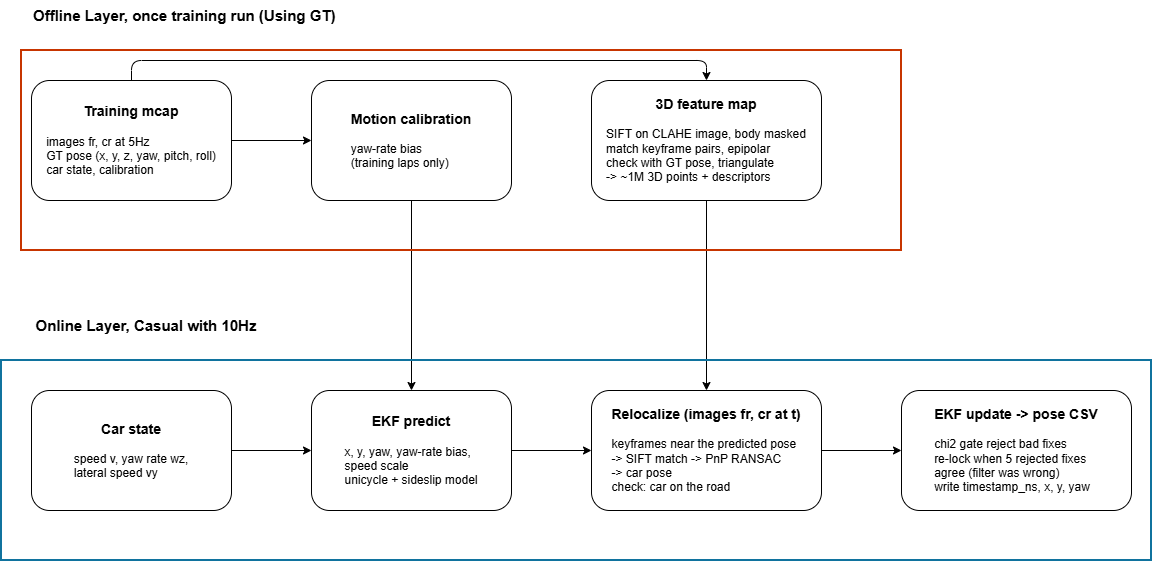
Earlier version of the draw.io export docs/figures/Pipeline.drawio.png (khnguyen0308/racing-loc). Source tidied: cells renumbered, new cells last; positions are measured from the earlier drawing's top-left corner, leaving out a move shared by most shapes.
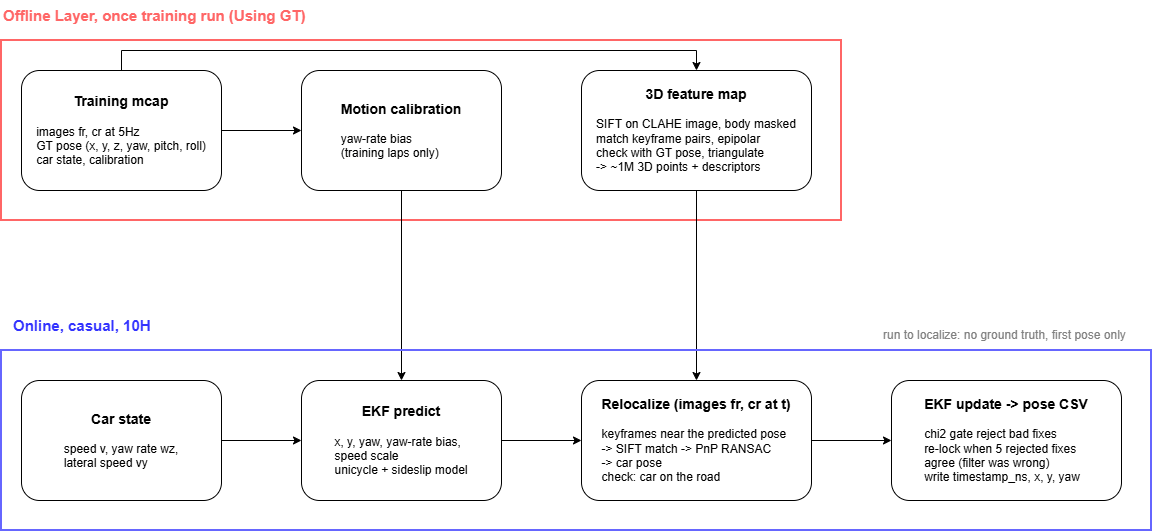
After the change.

The edit, as a diff of the source:
```diff
@@ -1,47 +1,47 @@
-<mxGraphModel>
+<mxGraphModel background="light-dark(#ffffff, #121212)">
   <root>
     <mxCell id="0" />
     <mxCell id="1" parent="0" />
+    <mxCell id="20" style="rounded=0;whiteSpace=wrap;html=1;fillColor=none;strokeWidth=2;strokeColor=#FF6666;" parent="1" vertex="1">
+      <mxGeometry x="10" y="50" width="840" height="180" as="geometry" />
+    </mxCell>
-    <mxCell id="2" style="edgeStyle=orthogonalEdgeStyle;rounded=1;jettySize=auto;html=1;labelBackgroundColor=none;fontColor=default;" parent="1" edge="1" source="4" target="6">
+    <mxCell id="2" style="edgeStyle=orthogonalEdgeStyle;rounded=0;jettySize=auto;html=1;" parent="1" edge="1" source="4" target="6">
       <mxGeometry relative="1" as="geometry" />
     </mxCell>
-    <mxCell id="3" style="edgeStyle=orthogonalEdgeStyle;rounded=1;jettySize=auto;html=1;exitX=0.5;exitY=0;exitDx=0;exitDy=0;entryX=0.5;entryY=0;entryDx=0;entryDy=0;labelBackgroundColor=none;fontColor=default;" parent="1" edge="1" source="4" target="8">
-      <mxGeometry relative="1" as="geometry" />
-    </mxCell>
     <mxCell id="4" value="&lt;b&gt;&lt;font style=&quot;font-size: 14px;&quot;&gt;Training mcap&lt;/font&gt;&lt;/b&gt;&lt;div&gt;&lt;br&gt;&lt;/div&gt;&lt;div style=&quot;text-align: left;&quot;&gt;images fr, cr at 5Hz&lt;/div&gt;&lt;div style=&quot;text-align: left;&quot;&gt;GT pose (x, y, z, yaw, pitch, roll)&lt;/div&gt;&lt;div style=&quot;text-align: left;&quot;&gt;car state, calibration&lt;/div&gt;" style="rounded=1;whiteSpace=wrap;html=1;align=center;labelBackgroundColor=none;" parent="1" vertex="1">
       <mxGeometry x="30" y="80" width="200" height="120" as="geometry" />
     </mxCell>
-    <mxCell id="5" style="edgeStyle=orthogonalEdgeStyle;rounded=1;jettySize=auto;html=1;entryX=0.5;entryY=0;entryDx=0;entryDy=0;labelBackgroundColor=none;fontColor=default;" parent="1" edge="1" source="6" target="14">
+    <mxCell id="5" style="edgeStyle=orthogonalEdgeStyle;rounded=0;jettySize=auto;html=1;" parent="1" edge="1" source="6" target="14">
       <mxGeometry relative="1" as="geometry" />
     </mxCell>
     <mxCell id="6" value="&lt;b&gt;&lt;font style=&quot;font-size: 14px;&quot;&gt;Motion calibration&lt;/font&gt;&lt;/b&gt;&lt;div&gt;&lt;br&gt;&lt;/div&gt;&lt;div style=&quot;text-align: left;&quot;&gt;yaw-rate bias&lt;/div&gt;&lt;div style=&quot;text-align: left;&quot;&gt;(training laps only)&lt;/div&gt;" style="rounded=1;whiteSpace=wrap;html=1;align=center;labelBackgroundColor=none;" parent="1" vertex="1">
       <mxGeometry x="310" y="80" width="200" height="120" as="geometry" />
     </mxCell>
-    <mxCell id="7" style="edgeStyle=orthogonalEdgeStyle;rounded=1;jettySize=auto;html=1;entryX=0.5;entryY=0;entryDx=0;entryDy=0;labelBackgroundColor=none;fontColor=default;" parent="1" edge="1" source="8" target="16">
+    <mxCell id="7" style="edgeStyle=orthogonalEdgeStyle;rounded=0;jettySize=auto;html=1;entryX=0.5;entryY=0;entryDx=0;entryDy=0;" parent="1" edge="1" source="8" target="16">
       <mxGeometry relative="1" as="geometry" />
     </mxCell>
     <mxCell id="8" value="&lt;b&gt;&lt;font style=&quot;font-size: 14px;&quot;&gt;3D feature map&lt;/font&gt;&lt;/b&gt;&lt;div&gt;&lt;br&gt;&lt;/div&gt;&lt;div style=&quot;text-align: left;&quot;&gt;SIFT on CLAHE image, body masked&lt;/div&gt;&lt;div style=&quot;text-align: left;&quot;&gt;match keyframe pairs, epipolar&lt;/div&gt;&lt;div style=&quot;text-align: left;&quot;&gt;check with GT pose, triangulate&lt;/div&gt;&lt;div style=&quot;text-align: left;&quot;&gt;-&amp;gt; ~1M 3D points + descriptors&lt;/div&gt;" style="rounded=1;whiteSpace=wrap;html=1;align=center;labelBackgroundColor=none;" parent="1" vertex="1">
       <mxGeometry x="590" y="80" width="230" height="120" as="geometry" />
     </mxCell>
-    <mxCell id="9" value="&lt;span style=&quot;color: light-dark(rgb(0, 0, 0), rgb(255, 102, 102));&quot;&gt;Offline Layer, once training run (Using GT)&lt;/span&gt;" style="text;html=1;whiteSpace=wrap;strokeColor=none;fillColor=none;align=left;verticalAlign=middle;rounded=1;fontStyle=1;fontSize=15;labelBackgroundColor=none;" parent="1" vertex="1">
-      <mxGeometry x="30" width="320" height="30" as="geometry" />
+    <mxCell id="9" value="&lt;span style=&quot;color: light-dark(rgb(255, 102, 102), rgb(255, 102, 102));&quot;&gt;Offline Layer, once training run (Using GT)&lt;/span&gt;" style="text;html=1;whiteSpace=wrap;strokeColor=none;fillColor=none;align=left;verticalAlign=middle;rounded=0;fontStyle=1;fontSize=15;labelBackgroundColor=none;" parent="1" vertex="1">
+      <mxGeometry x="10" y="10" width="340" height="30" as="geometry" />
     </mxCell>
-    <mxCell id="10" value="&lt;span style=&quot;color: light-dark(rgb(0, 0, 0), rgb(255, 153, 153));&quot;&gt;Online Layer, Casual with 10Hz&lt;/span&gt;" style="text;html=1;whiteSpace=wrap;strokeColor=none;fillColor=none;align=center;verticalAlign=middle;rounded=1;fontStyle=1;fontSize=15;labelBackgroundColor=none;" parent="1" vertex="1">
-      <mxGeometry x="30" y="310" width="230" height="30" as="geometry" />
+    <mxCell id="10" value="&lt;span style=&quot;color: rgb(51, 51, 255);&quot;&gt;Online, casual, 10H&lt;/span&gt;" style="text;html=1;whiteSpace=wrap;strokeColor=none;fillColor=none;align=left;verticalAlign=middle;rounded=0;fontStyle=1;fontSize=15;labelBackgroundColor=none;" parent="1" vertex="1">
+      <mxGeometry x="20" y="320" width="310" height="30" as="geometry" />
     </mxCell>
-    <mxCell id="11" style="edgeStyle=orthogonalEdgeStyle;rounded=1;jettySize=auto;html=1;labelBackgroundColor=none;fontColor=default;" parent="1" edge="1" source="12" target="14">
+    <mxCell id="11" style="edgeStyle=orthogonalEdgeStyle;rounded=0;jettySize=auto;html=1;" parent="1" edge="1" source="12" target="14">
       <mxGeometry relative="1" as="geometry" />
     </mxCell>
     <mxCell id="12" value="&lt;b&gt;&lt;font style=&quot;font-size: 14px;&quot;&gt;Car state&lt;/font&gt;&lt;/b&gt;&lt;div&gt;&lt;br&gt;&lt;/div&gt;&lt;div style=&quot;text-align: left;&quot;&gt;speed v, yaw rate wz,&lt;/div&gt;&lt;div style=&quot;text-align: left;&quot;&gt;lateral speed vy&lt;/div&gt;" style="rounded=1;whiteSpace=wrap;html=1;align=center;labelBackgroundColor=none;" parent="1" vertex="1">
       <mxGeometry x="30" y="390" width="200" height="120" as="geometry" />
     </mxCell>
-    <mxCell id="13" style="edgeStyle=orthogonalEdgeStyle;rounded=1;jettySize=auto;html=1;labelBackgroundColor=none;fontColor=default;" parent="1" edge="1" source="14" target="16">
+    <mxCell id="13" style="edgeStyle=orthogonalEdgeStyle;rounded=0;jettySize=auto;html=1;" parent="1" edge="1" source="14" target="16">
       <mxGeometry relative="1" as="geometry" />
     </mxCell>
     <mxCell id="14" value="&lt;span style=&quot;font-size: 14px;&quot;&gt;&lt;b&gt;EKF predict&lt;/b&gt;&lt;/span&gt;&lt;br&gt;&lt;div&gt;&lt;br&gt;&lt;/div&gt;&lt;div style=&quot;text-align: left;&quot;&gt;x, y, yaw, yaw-rate bias,&lt;/div&gt;&lt;div style=&quot;text-align: left;&quot;&gt;speed scale&lt;/div&gt;&lt;div style=&quot;text-align: left;&quot;&gt;unicycle + sideslip model&lt;/div&gt;" style="rounded=1;whiteSpace=wrap;html=1;align=center;labelBackgroundColor=none;" parent="1" vertex="1">
       <mxGeometry x="310" y="390" width="200" height="120" as="geometry" />
     </mxCell>
-    <mxCell id="15" style="edgeStyle=orthogonalEdgeStyle;rounded=1;jettySize=auto;html=1;labelBackgroundColor=none;fontColor=default;" parent="1" edge="1" source="16" target="17">
+    <mxCell id="15" style="edgeStyle=orthogonalEdgeStyle;rounded=0;jettySize=auto;html=1;" parent="1" edge="1" source="16" target="17">
       <mxGeometry relative="1" as="geometry" />
     </mxCell>
     <mxCell id="16" value="&lt;b&gt;&lt;font style=&quot;font-size: 14px;&quot;&gt;Relocalize (images fr, cr at t)&lt;/font&gt;&lt;/b&gt;&lt;div&gt;&lt;br&gt;&lt;/div&gt;&lt;div style=&quot;text-align: left;&quot;&gt;keyframes near the predicted pose&lt;/div&gt;&lt;div style=&quot;text-align: left;&quot;&gt;-&amp;gt; SIFT match -&amp;gt; PnP RANSAC&lt;/div&gt;&lt;div style=&quot;text-align: left;&quot;&gt;-&amp;gt; car pose&lt;/div&gt;&lt;div style=&quot;text-align: left;&quot;&gt;check: car on the road&lt;/div&gt;" style="rounded=1;whiteSpace=wrap;html=1;align=center;labelBackgroundColor=none;" parent="1" vertex="1">
@@ -50,11 +50,19 @@
     <mxCell id="17" value="&lt;span style=&quot;font-size: 14px;&quot;&gt;&lt;b&gt;EKF update -&amp;gt; pose CSV&lt;/b&gt;&lt;/span&gt;&lt;br&gt;&lt;div&gt;&lt;br&gt;&lt;/div&gt;&lt;div style=&quot;text-align: left;&quot;&gt;chi2 gate reject bad fixes&lt;/div&gt;&lt;div style=&quot;text-align: left;&quot;&gt;re-lock when 5 rejected fixes&lt;/div&gt;&lt;div style=&quot;text-align: left;&quot;&gt;agree (filter was wrong)&lt;/div&gt;&lt;div style=&quot;text-align: left;&quot;&gt;write timestamp_ns, x, y, yaw&lt;/div&gt;" style="rounded=1;whiteSpace=wrap;html=1;align=center;labelBackgroundColor=none;" parent="1" vertex="1">
       <mxGeometry x="900" y="390" width="230" height="120" as="geometry" />
     </mxCell>
-    <mxCell id="18" style="rounded=0;whiteSpace=wrap;html=1;strokeWidth=2;labelBackgroundColor=none;fillColor=none;strokeColor=#C73500;fontColor=#000000;" parent="1" vertex="1">
-      <mxGeometry x="20" y="50" width="880" height="200" as="geometry" />
-    </mxCell>
-    <mxCell id="19" style="rounded=0;whiteSpace=wrap;html=1;strokeWidth=2;labelBackgroundColor=none;fillColor=none;strokeColor=#10739e;" parent="1" vertex="1">
-      <mxGeometry y="360" width="1150" height="200" as="geometry" />
-    </mxCell>
+    <mxCell id="21" style="rounded=0;whiteSpace=wrap;html=1;fillColor=none;strokeWidth=2;strokeColor=#6666FF;" parent="1" vertex="1">
+      <mxGeometry x="10" y="360" width="1150" height="180" as="geometry" />
+    </mxCell>
+    <mxCell id="3" style="endArrow=classic;html=1;rounded=0;exitX=0.5;exitY=0;exitDx=0;exitDy=0;entryX=0.5;entryY=0;entryDx=0;entryDy=0;" parent="1" edge="1" source="4" target="8">
+      <mxGeometry x="-0.04" relative="1" as="geometry">
+        <Array as="points">
+          <mxPoint x="130" y="60" />
+          <mxPoint x="705" y="60" />
+        </Array>
+      </mxGeometry>
+    </mxCell>
+    <mxCell id="22" value="&lt;span style=&quot;color: rgb(128, 128, 128);&quot;&gt;run to localize: no ground truth, first pose only&amp;nbsp;&lt;/span&gt;" style="text;html=1;whiteSpace=wrap;strokeColor=none;fillColor=none;align=left;verticalAlign=middle;rounded=0;" parent="1" vertex="1">
+      <mxGeometry x="890" y="330" width="270" height="30" as="geometry" />
+    </mxCell>
   </root>
 </mxGraphModel>
```
